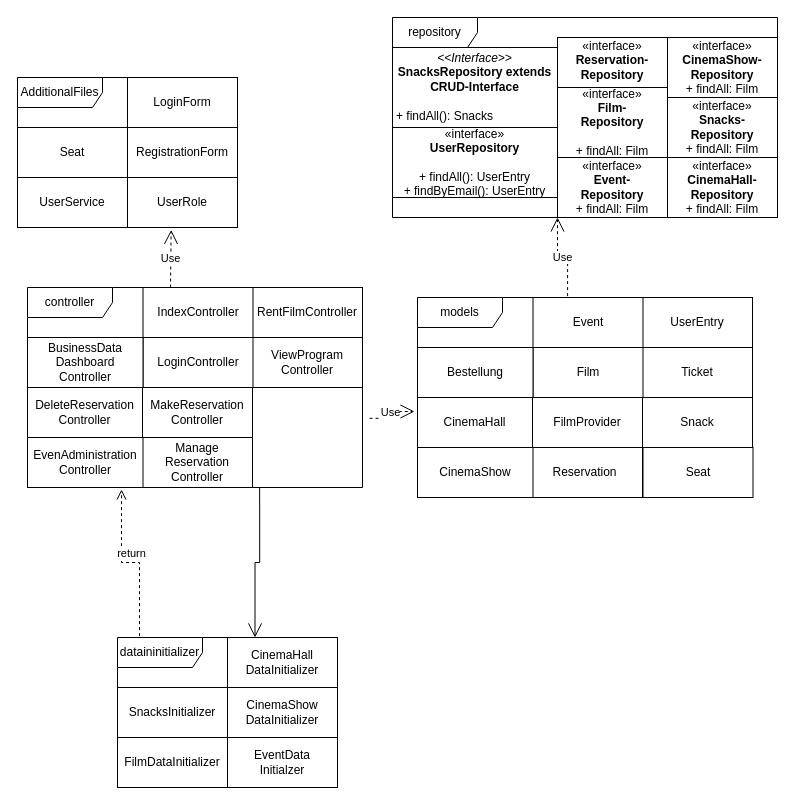
The draw.io diagram src/main/asciidoc/models/design/packagediagramm/PackageDiagram.drawio in Leonard0108/Anwendungsprogrammierung, before the edit. Source tidied: cells renumbered, new cells numbered last; positions are measured from the earlier drawing's top-left corner, leaving out a move shared by most shapes. Both pictures are drawn from the tidied source at 100%, with x=0, y=0 at pixel (17, 17).
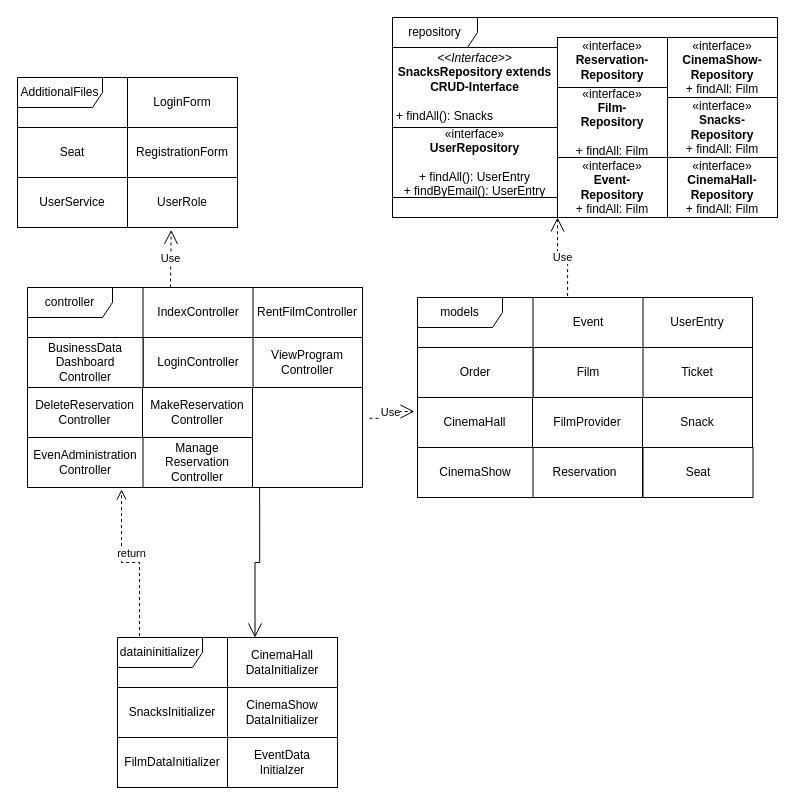
Above is the later version.

Diff of the diagram source:
```diff
@@
-    <mxCell id="19" value="Bestellung" style="html=1;whiteSpace=wrap;" parent="1" vertex="1">
+    <mxCell id="19" value="Order" style="html=1;whiteSpace=wrap;" parent="1" vertex="1">
       <mxGeometry x="400" y="330" width="115.5" height="50" as="geometry" />
     </mxCell>
```
